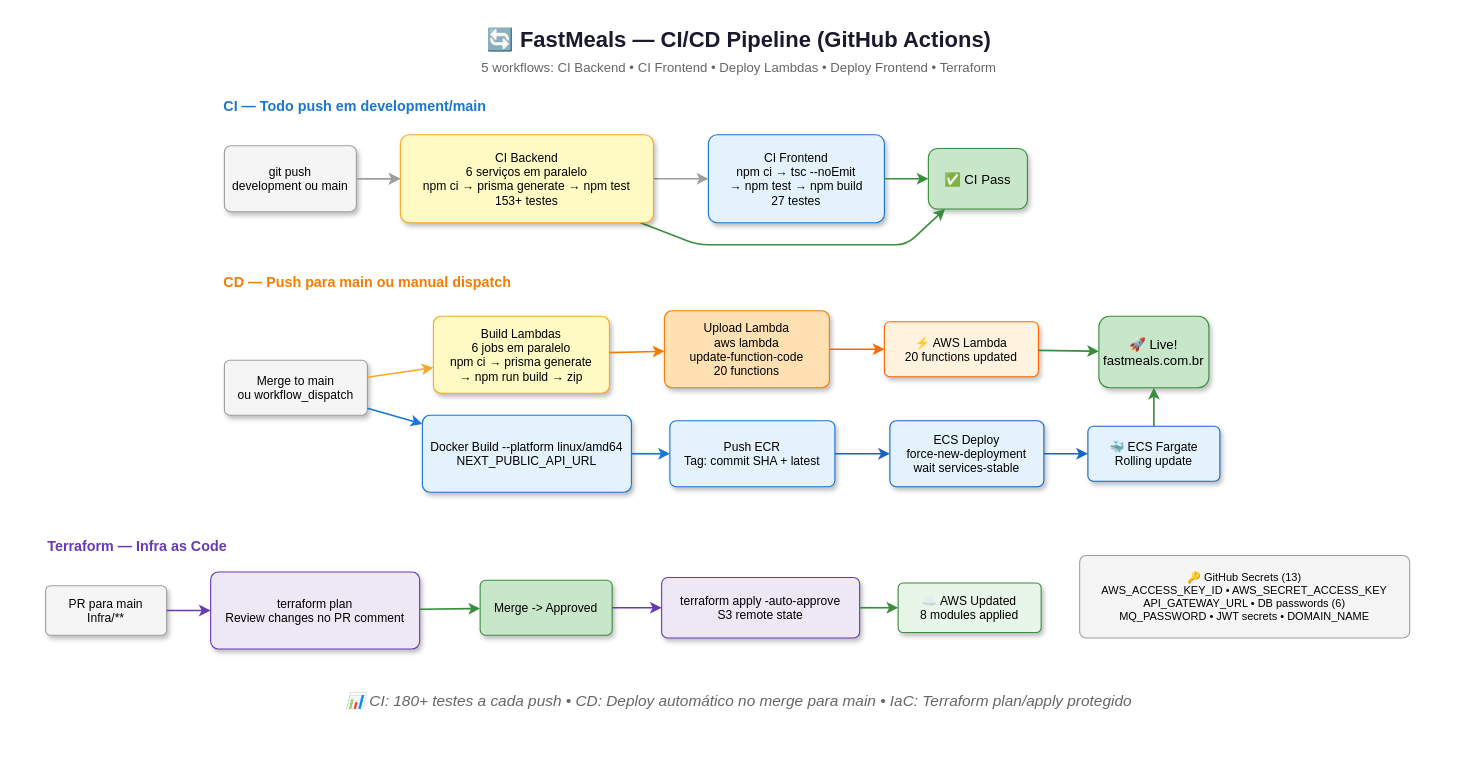
This is docs/diagrams/xml/07-cicd-pipeline.drawio from vynnydev/fastmeals, a draw.io file, before an edit. Source tidied: cells renumbered, new cells numbered last; positions are measured from the earlier drawing's top-left corner, leaving out a move shared by most shapes. Both pictures are drawn from the tidied source at 110%, with x=0, y=0 at pixel (45, 19).
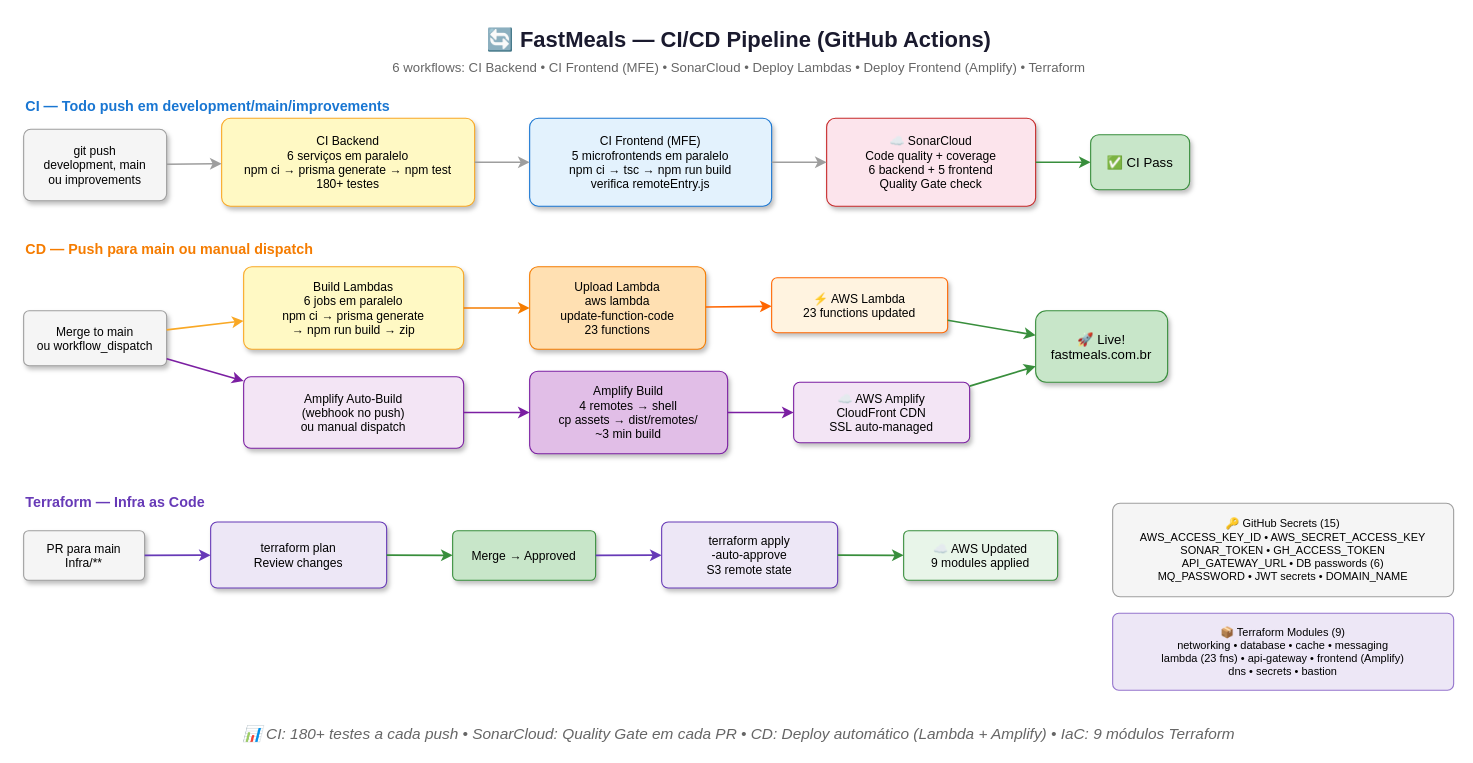
The same page after the edit.

Commit message (it also covers changes not shown here):
feat(ci): update CI/CD pipeline for microfrontends + Amplify + SonarCloud

Diff of the diagram source:
```diff
@@
     <mxCell id="2" value="🔄 FastMeals — CI/CD Pipeline (GitHub Actions)" style="text;html=1;fontSize=20;fontStyle=1;align=center;fillColor=none;strokeColor=none;fontColor=#1a1a2e;" parent="1" vertex="1">
-      <mxGeometry x="230" width="800" height="35" as="geometry" />
+      <mxGeometry x="180" width="900" height="35" as="geometry" />
     </mxCell>
-    <mxCell id="3" value="5 workflows: CI Backend • CI Frontend • Deploy Lambdas • Deploy Frontend • Terraform" style="text;html=1;fontSize=12;align=center;fillColor=none;strokeColor=none;fontColor=#666;" parent="1" vertex="1">
-      <mxGeometry x="230" y="30" width="800" height="20" as="geometry" />
+    <mxCell id="3" value="6 workflows: CI Backend • CI Frontend (MFE) • SonarCloud • Deploy Lambdas • Deploy Frontend (Amplify) • Terraform" style="text;html=1;fontSize=12;align=center;fillColor=none;strokeColor=none;fontColor=#666;" parent="1" vertex="1">
+      <mxGeometry x="130" y="30" width="1000" height="20" as="geometry" />
     </mxCell>
-    <mxCell id="4" value="&lt;b&gt;CI — Todo push em development/main&lt;/b&gt;" style="text;html=1;fontSize=13;fontStyle=0;fillColor=none;strokeColor=none;fontColor=#1976D2;" parent="1" vertex="1">
-      <mxGeometry x="160" y="65" width="400" height="20" as="geometry" />
+    <mxCell id="4" value="&lt;b&gt;CI — Todo push em development/main/improvements&lt;/b&gt;" style="text;html=1;fontSize=13;fillColor=none;strokeColor=none;fontColor=#1976D2;" parent="1" vertex="1">
+      <mxGeometry x="-20" y="65" width="450" height="20" as="geometry" />
     </mxCell>
-    <mxCell id="5" value="git push&#10;development ou main" style="rounded=1;fillColor=#F5F5F5;strokeColor=#9E9E9E;fontSize=11;shadow=1;arcSize=10;" parent="1" vertex="1">
-      <mxGeometry x="162.5" y="115" width="120" height="60" as="geometry" />
+    <mxCell id="5" value="git push&#10;development, main&#10;ou improvements" style="rounded=1;fillColor=#F5F5F5;strokeColor=#9E9E9E;fontSize=11;shadow=1;arcSize=10;" parent="1" vertex="1">
+      <mxGeometry x="-20" y="100" width="130" height="65" as="geometry" />
     </mxCell>
+    <mxCell id="44" value="CI Backend&#10;6 serviços em paralelo&#10;npm ci → prisma generate → npm test&#10;180+ testes" style="rounded=1;fillColor=#FFF9C4;strokeColor=#F9A825;fontSize=11;shadow=1;arcSize=10;" parent="1" vertex="1">
+      <mxGeometry x="160" y="90" width="230" height="80" as="geometry" />
+    </mxCell>
-    <mxCell id="6" value="CI Frontend&#10;npm ci → tsc --noEmit&#10;→ npm test → npm build&#10;27 testes" style="rounded=1;fillColor=#E3F2FD;strokeColor=#1976D2;fontSize=11;shadow=1;arcSize=10;" parent="1" vertex="1">
-      <mxGeometry x="602.5" y="105" width="160" height="80" as="geometry" />
+    <mxCell id="6" value="CI Frontend (MFE)&#10;5 microfrontends em paralelo&#10;npm ci → tsc → npm run build&#10;verifica remoteEntry.js" style="rounded=1;fillColor=#E3F2FD;strokeColor=#1976D2;fontSize=11;shadow=1;arcSize=10;" parent="1" vertex="1">
+      <mxGeometry x="440" y="90" width="220" height="80" as="geometry" />
     </mxCell>
+    <mxCell id="45" value="☁️ SonarCloud&#10;Code quality + coverage&#10;6 backend + 5 frontend&#10;Quality Gate check" style="rounded=1;fillColor=#FCE4EC;strokeColor=#C62828;fontSize=11;shadow=1;arcSize=10;" parent="1" vertex="1">
+      <mxGeometry x="710" y="90" width="190" height="80" as="geometry" />
+    </mxCell>
     <mxCell id="7" value="✅ CI Pass" style="rounded=1;fillColor=#C8E6C9;strokeColor=#388E3C;fontSize=12;shadow=1;arcSize=15;" parent="1" vertex="1">
-      <mxGeometry x="802.5" y="117.5" width="90" height="55" as="geometry" />
+      <mxGeometry x="950" y="105" width="90" height="50" as="geometry" />
     </mxCell>
@@
-    <mxCell id="10" style="strokeColor=#388E3C;strokeWidth=1.5;" parent="1" edge="1" source="44" target="7">
-      <mxGeometry relative="1" as="geometry">
-        <Array as="points">
-          <mxPoint x="592.5" y="205" />
-          <mxPoint x="782.5" y="205" />
-        </Array>
-      </mxGeometry>
+    <mxCell id="10" style="strokeColor=#9E9E9E;strokeWidth=1.5;" parent="1" edge="1" source="6" target="45">
+      <mxGeometry relative="1" as="geometry" />
     </mxCell>
-    <mxCell id="11" style="strokeColor=#388E3C;strokeWidth=1.5;" parent="1" edge="1" source="6" target="7">
+    <mxCell id="11" style="strokeColor=#388E3C;strokeWidth=1.5;" parent="1" edge="1" source="45" target="7">
       <mxGeometry relative="1" as="geometry" />
     </mxCell>
-    <mxCell id="12" value="&lt;b&gt;CD — Push para main ou manual dispatch&lt;/b&gt;" style="text;html=1;fontSize=13;fontStyle=0;fillColor=none;strokeColor=none;fontColor=#F57C00;" parent="1" vertex="1">
-      <mxGeometry x="160" y="225" width="400" height="20" as="geometry" />
+    <mxCell id="12" value="&lt;b&gt;CD — Push para main ou manual dispatch&lt;/b&gt;" style="text;html=1;fontSize=13;fillColor=none;strokeColor=none;fontColor=#F57C00;" parent="1" vertex="1">
+      <mxGeometry x="-20" y="195" width="400" height="20" as="geometry" />
     </mxCell>
     <mxCell id="13" value="Merge to main&#10;ou workflow_dispatch" style="rounded=1;fillColor=#F5F5F5;strokeColor=#9E9E9E;fontSize=11;shadow=1;arcSize=10;" parent="1" vertex="1">
-      <mxGeometry x="162.5" y="310" width="130" height="50" as="geometry" />
+      <mxGeometry x="-20" y="265" width="130" height="50" as="geometry" />
     </mxCell>
     <mxCell id="14" value="Build Lambdas&#10;6 jobs em paralelo&#10;npm ci → prisma generate&#10;→ npm run build → zip" style="rounded=1;fillColor=#FFF9C4;strokeColor=#F9A825;fontSize=11;shadow=1;arcSize=10;" parent="1" vertex="1">
-      <mxGeometry x="352.5" y="270" width="160" height="70" as="geometry" />
+      <mxGeometry x="180" y="225" width="200" height="75" as="geometry" />
     </mxCell>
-    <mxCell id="15" value="Upload Lambda&#10;aws lambda&#10;update-function-code&#10;20 functions" style="rounded=1;fillColor=#FFE0B2;strokeColor=#F57C00;fontSize=11;shadow=1;arcSize=10;" parent="1" vertex="1">
-      <mxGeometry x="562.5" y="265" width="150" height="70" as="geometry" />
+    <mxCell id="15" value="Upload Lambda&#10;aws lambda&#10;update-function-code&#10;23 functions" style="rounded=1;fillColor=#FFE0B2;strokeColor=#F57C00;fontSize=11;shadow=1;arcSize=10;" parent="1" vertex="1">
+      <mxGeometry x="440" y="225" width="160" height="75" as="geometry" />
     </mxCell>
-    <mxCell id="16" value="Docker Build --platform linux/amd64&#10;NEXT_PUBLIC_API_URL" style="rounded=1;fillColor=#E3F2FD;strokeColor=#1976D2;fontSize=11;shadow=1;arcSize=10;" parent="1" vertex="1">
-      <mxGeometry x="342.5" y="360" width="190" height="70" as="geometry" />
-    </mxCell>
-    <mxCell id="17" value="Push ECR&#10;Tag: commit SHA + latest" style="rounded=1;fillColor=#E3F2FD;strokeColor=#1976D2;fontSize=11;shadow=1;arcSize=10;" parent="1" vertex="1">
-      <mxGeometry x="567.5" y="365" width="150" height="60" as="geometry" />
-    </mxCell>
-    <mxCell id="18" value="ECS Deploy&#10;force-new-deployment&#10;wait services-stable" style="rounded=1;fillColor=#E3F2FD;strokeColor=#1565C0;fontSize=11;shadow=1;arcSize=10;" parent="1" vertex="1">
-      <mxGeometry x="767.5" y="365" width="140" height="60" as="geometry" />
-    </mxCell>
+    <mxCell id="24" value="⚡ AWS Lambda&#10;23 functions updated" style="rounded=1;fillColor=#FFF3E0;strokeColor=#FF6600;fontSize=11;shadow=1;arcSize=10;" parent="1" vertex="1">
+      <mxGeometry x="660" y="235" width="160" height="50" as="geometry" />
+    </mxCell>
+    <mxCell id="46" value="Amplify Auto-Build&#10;(webhook no push)&#10;ou manual dispatch" style="rounded=1;fillColor=#F3E5F5;strokeColor=#7B1FA2;fontSize=11;shadow=1;arcSize=10;" parent="1" vertex="1">
+      <mxGeometry x="180" y="325" width="200" height="65" as="geometry" />
+    </mxCell>
+    <mxCell id="47" value="Amplify Build&#10;4 remotes → shell&#10;cp assets → dist/remotes/&#10;~3 min build" style="rounded=1;fillColor=#E1BEE7;strokeColor=#7B1FA2;fontSize=11;shadow=1;arcSize=10;" parent="1" vertex="1">
+      <mxGeometry x="440" y="320" width="180" height="75" as="geometry" />
+    </mxCell>
+    <mxCell id="48" value="☁️ AWS Amplify&#10;CloudFront CDN&#10;SSL auto-managed" style="rounded=1;fillColor=#F3E5F5;strokeColor=#7B1FA2;fontSize=11;shadow=1;arcSize=10;" parent="1" vertex="1">
+      <mxGeometry x="680" y="330" width="160" height="55" as="geometry" />
+    </mxCell>
+    <mxCell id="28" value="🚀 Live!&#10;fastmeals.com.br" style="rounded=1;fillColor=#C8E6C9;strokeColor=#388E3C;fontSize=12;shadow=1;arcSize=15;" parent="1" vertex="1">
+      <mxGeometry x="900" y="265" width="120" height="65" as="geometry" />
+    </mxCell>
@@
-    <mxCell id="20" style="strokeColor=#1976D2;strokeWidth=1.5;" parent="1" edge="1" source="13" target="16">
+    <mxCell id="20" style="strokeColor=#7B1FA2;strokeWidth=1.5;" parent="1" edge="1" source="13" target="46">
       <mxGeometry relative="1" as="geometry" />
     </mxCell>
@@
-    <mxCell id="22" style="strokeColor=#1976D2;strokeWidth=1.5;" parent="1" edge="1" source="16" target="17">
-      <mxGeometry relative="1" as="geometry" />
-    </mxCell>
-    <mxCell id="23" style="strokeColor=#1565C0;strokeWidth=1.5;" parent="1" edge="1" source="17" target="18">
-      <mxGeometry relative="1" as="geometry" />
-    </mxCell>
-    <mxCell id="24" value="⚡ AWS Lambda&#10;20 functions updated" style="rounded=1;fillColor=#FFF3E0;strokeColor=#FF6600;fontSize=11;shadow=1;arcSize=10;" parent="1" vertex="1">
-      <mxGeometry x="762.5" y="275" width="140" height="50" as="geometry" />
-    </mxCell>
@@
-    <mxCell id="26" value="🐳 ECS Fargate&#10;Rolling update" style="rounded=1;fillColor=#E3F2FD;strokeColor=#1565C0;fontSize=11;shadow=1;arcSize=10;" parent="1" vertex="1">
-      <mxGeometry x="947.5" y="370" width="120" height="50" as="geometry" />
-    </mxCell>
-    <mxCell id="27" style="strokeColor=#1565C0;strokeWidth=1.5;" parent="1" edge="1" source="18" target="26">
-      <mxGeometry relative="1" as="geometry" />
-    </mxCell>
-    <mxCell id="28" value="🚀 Live!&#10;fastmeals.com.br" style="rounded=1;fillColor=#C8E6C9;strokeColor=#388E3C;fontSize=12;shadow=1;arcSize=15;" parent="1" vertex="1">
-      <mxGeometry x="957.5" y="270" width="100" height="65" as="geometry" />
-    </mxCell>
+    <mxCell id="49" style="strokeColor=#7B1FA2;strokeWidth=1.5;" parent="1" edge="1" source="46" target="47">
+      <mxGeometry relative="1" as="geometry" />
+    </mxCell>
+    <mxCell id="50" style="strokeColor=#7B1FA2;strokeWidth=1.5;" parent="1" edge="1" source="47" target="48">
+      <mxGeometry relative="1" as="geometry" />
+    </mxCell>
@@
-    <mxCell id="30" style="strokeColor=#388E3C;strokeWidth=1.5;" parent="1" edge="1" source="26" target="28">
+    <mxCell id="30" style="strokeColor=#388E3C;strokeWidth=1.5;" parent="1" edge="1" source="48" target="28">
       <mxGeometry relative="1" as="geometry" />
     </mxCell>
-    <mxCell id="31" value="&lt;b&gt;Terraform — Infra as Code&lt;/b&gt;" style="text;html=1;fontSize=13;fontStyle=0;fillColor=none;strokeColor=none;fontColor=#673AB7;" parent="1" vertex="1">
-      <mxGeometry y="465" width="400" height="20" as="geometry" />
+    <mxCell id="31" value="&lt;b&gt;Terraform — Infra as Code&lt;/b&gt;" style="text;html=1;fontSize=13;fillColor=none;strokeColor=none;fontColor=#673AB7;" parent="1" vertex="1">
+      <mxGeometry x="-20" y="425" width="400" height="20" as="geometry" />
     </mxCell>
-    <mxCell id="32" value="PR para main &#10;Infra/**" style="rounded=1;fillColor=#F5F5F5;strokeColor=#9E9E9E;fontSize=11;shadow=1;arcSize=10;" parent="1" vertex="1">
-      <mxGeometry y="515" width="110" height="45" as="geometry" />
+    <mxCell id="32" value="PR para main&#10;Infra/**" style="rounded=1;fillColor=#F5F5F5;strokeColor=#9E9E9E;fontSize=11;shadow=1;arcSize=10;" parent="1" vertex="1">
+      <mxGeometry x="-20" y="465" width="110" height="45" as="geometry" />
     </mxCell>
-    <mxCell id="33" value="terraform plan&#10;Review changes no PR comment" style="rounded=1;fillColor=#EDE7F6;strokeColor=#673AB7;fontSize=11;shadow=1;arcSize=10;" parent="1" vertex="1">
-      <mxGeometry x="150" y="502.5" width="190" height="70" as="geometry" />
+    <mxCell id="33" value="terraform plan&#10;Review changes" style="rounded=1;fillColor=#EDE7F6;strokeColor=#673AB7;fontSize=11;shadow=1;arcSize=10;" parent="1" vertex="1">
+      <mxGeometry x="150" y="457" width="160" height="60" as="geometry" />
     </mxCell>
-    <mxCell id="34" value="Merge -&gt; Approved" style="rounded=1;fillColor=#C8E6C9;strokeColor=#388E3C;fontSize=11;shadow=1;arcSize=10;" parent="1" vertex="1">
-      <mxGeometry x="395" y="510" width="120" height="50" as="geometry" />
+    <mxCell id="34" value="Merge → Approved" style="rounded=1;fillColor=#C8E6C9;strokeColor=#388E3C;fontSize=11;shadow=1;arcSize=10;" parent="1" vertex="1">
+      <mxGeometry x="370" y="465" width="130" height="45" as="geometry" />
     </mxCell>
-    <mxCell id="35" value="terraform apply -auto-approve&#10;S3 remote state" style="rounded=1;fillColor=#EDE7F6;strokeColor=#673AB7;fontSize=11;shadow=1;arcSize=10;" parent="1" vertex="1">
-      <mxGeometry x="560" y="507.5" width="180" height="55" as="geometry" />
+    <mxCell id="35" value="terraform apply&#10;-auto-approve&#10;S3 remote state" style="rounded=1;fillColor=#EDE7F6;strokeColor=#673AB7;fontSize=11;shadow=1;arcSize=10;" parent="1" vertex="1">
+      <mxGeometry x="560" y="457" width="160" height="60" as="geometry" />
     </mxCell>
-    <mxCell id="36" value="☁️ AWS Updated&#10;8 modules applied" style="rounded=1;fillColor=#E8F5E9;strokeColor=#388E3C;fontSize=11;shadow=1;arcSize=10;" parent="1" vertex="1">
-      <mxGeometry x="775" y="512.5" width="130" height="45" as="geometry" />
+    <mxCell id="36" value="☁️ AWS Updated&#10;9 modules applied" style="rounded=1;fillColor=#E8F5E9;strokeColor=#388E3C;fontSize=11;shadow=1;arcSize=10;" parent="1" vertex="1">
+      <mxGeometry x="780" y="465" width="140" height="45" as="geometry" />
     </mxCell>
@@
-    <mxCell id="41" value="🔑 GitHub Secrets (13)&#10;AWS_ACCESS_KEY_ID • AWS_SECRET_ACCESS_KEY&#10;API_GATEWAY_URL • DB passwords (6)&#10;MQ_PASSWORD • JWT secrets • DOMAIN_NAME" style="rounded=1;fillColor=#F5F5F5;strokeColor=#9E9E9E;fontSize=10;shadow=0;arcSize=8;" parent="1" vertex="1">
-      <mxGeometry x="940" y="487.5" width="300" height="75" as="geometry" />
+    <mxCell id="41" value="🔑 GitHub Secrets (15)&#10;AWS_ACCESS_KEY_ID • AWS_SECRET_ACCESS_KEY&#10;SONAR_TOKEN • GH_ACCESS_TOKEN&#10;API_GATEWAY_URL • DB passwords (6)&#10;MQ_PASSWORD • JWT secrets • DOMAIN_NAME" style="rounded=1;fillColor=#F5F5F5;strokeColor=#9E9E9E;fontSize=10;shadow=0;arcSize=8;" parent="1" vertex="1">
+      <mxGeometry x="970" y="440" width="310" height="85" as="geometry" />
     </mxCell>
+    <mxCell id="51" value="📦 Terraform Modules (9)&#10;networking • database • cache • messaging&#10;lambda (23 fns) • api-gateway • frontend (Amplify)&#10;dns • secrets • bastion" style="rounded=1;fillColor=#EDE7F6;strokeColor=#9575CD;fontSize=10;shadow=0;arcSize=8;" parent="1" vertex="1">
+      <mxGeometry x="970" y="540" width="310" height="70" as="geometry" />
+    </mxCell>
-    <mxCell id="42" value="&lt;font style=&quot;font-size: 14px;&quot;&gt;📊 CI: 180+ testes a cada push • CD: Deploy automático no merge para main • IaC: Terraform plan/apply protegido&lt;/font&gt;" style="text;html=1;fontSize=11;align=center;fillColor=none;strokeColor=none;fontColor=#666;fontStyle=2;" parent="1" vertex="1">
-      <mxGeometry x="180" y="605" width="900" height="20" as="geometry" />
+    <mxCell id="42" value="&lt;font style=&quot;font-size:14px;&quot;&gt;📊 CI: 180+ testes a cada push • SonarCloud: Quality Gate em cada PR • CD: Deploy automático (Lambda + Amplify) • IaC: 9 módulos Terraform&lt;/font&gt;" style="text;html=1;fontSize=11;align=center;fillColor=none;strokeColor=none;fontColor=#666;fontStyle=2;" parent="1" vertex="1">
+      <mxGeometry x="80" y="635" width="1100" height="25" as="geometry" />
     </mxCell>
-    <mxCell id="43" style="strokeColor=#9E9E9E;strokeWidth=1.5;" parent="1" edge="1" source="5" target="44">
-      <mxGeometry relative="1" as="geometry" />
-    </mxCell>
-    <mxCell id="44" value="CI Backend&#10;6 serviços em paralelo&#10;npm ci → prisma generate → npm test&#10;153+ testes" style="rounded=1;fillColor=#FFF9C4;strokeColor=#F9A825;fontSize=11;shadow=1;arcSize=10;" parent="1" vertex="1">
-      <mxGeometry x="322.5" y="105" width="230" height="80" as="geometry" />
-    </mxCell>
```
